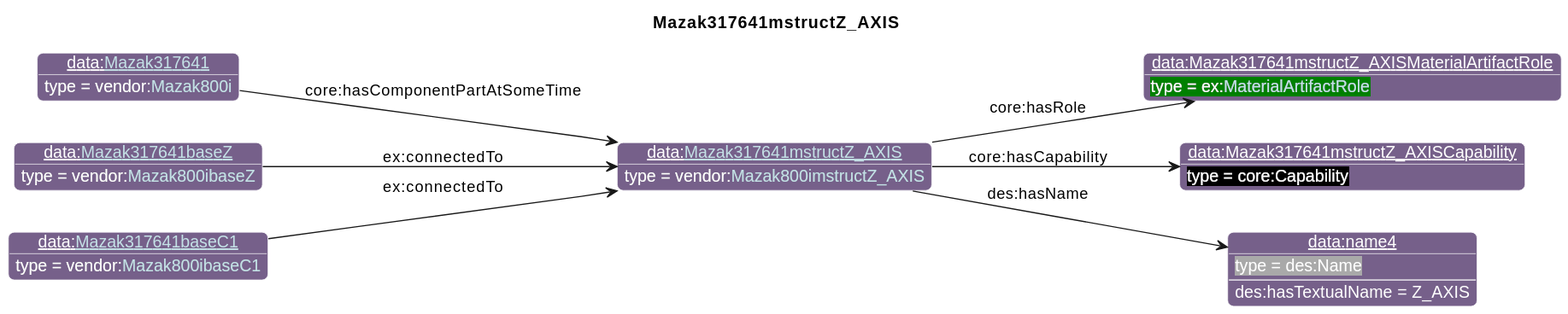
Earlier version of the PlantUML export diagrams/Mazak317641mstructZ_AXIS.svg (iofoundry/example-syseng-mtconnect).
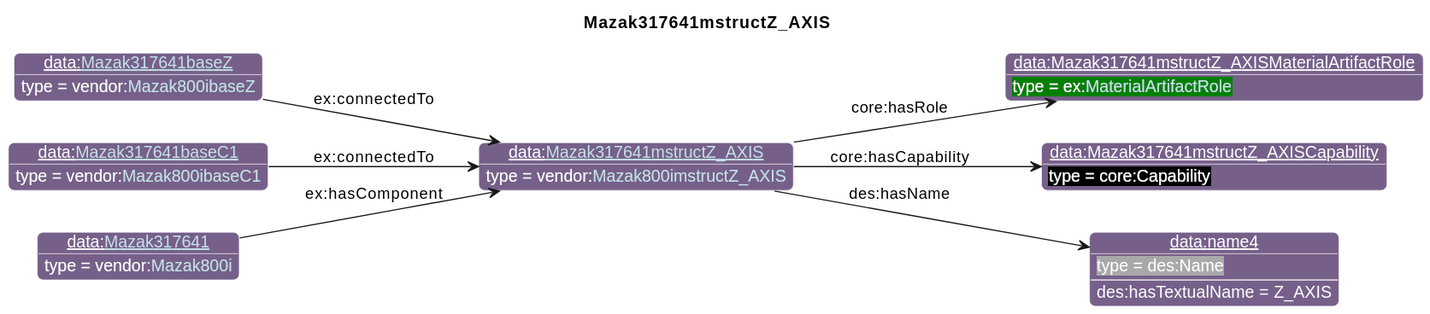
The same file after the commit.

Diff of the diagram source:
```diff
@@ -29,14 +29,14 @@
 individual(o1, data:Mazak317641mstructZ_AXISMaterialArtifactRole, ex:[[../Example.html#MaterialArtifactRole MaterialArtifactRole]])
 individual(o2, data:Mazak317641mstructZ_AXISCapability, core:Capability)
 individual(o3, data:name4, des:Name)
-individual(o4, data:[[./Mazak317641.html Mazak317641]], vendor:[[../Mazak.html#Mazak800i Mazak800i]])
-individual(o5, data:[[./Mazak317641baseZ.html Mazak317641baseZ]], vendor:[[../Mazak.html#Mazak800ibaseZ Mazak800ibaseZ]])
-individual(o6, data:[[./Mazak317641baseC1.html Mazak317641baseC1]], vendor:[[../Mazak.html#Mazak800ibaseC1 Mazak800ibaseC1]])
+individual(o4, data:[[./Mazak317641baseZ.html Mazak317641baseZ]], vendor:[[../Mazak.html#Mazak800ibaseZ Mazak800ibaseZ]])
+individual(o5, data:[[./Mazak317641baseC1.html Mazak317641baseC1]], vendor:[[../Mazak.html#Mazak800ibaseC1 Mazak800ibaseC1]])
+individual(o6, data:[[./Mazak317641.html Mazak317641]], vendor:[[../Mazak.html#Mazak800i Mazak800i]])
 property(o0, "core:hasRole", o1)
 property(o0, "core:hasCapability", o2)
 property(o0, "des:hasName", o3)
 data(o3, "des:hasTextualName", "Z_AXIS")
-property(o4, "core:hasComponentPartAtSomeTime", o0)
+property(o4, "ex:connectedTo", o0)
 property(o5, "ex:connectedTo", o0)
-property(o6, "ex:connectedTo", o0)
+property(o6, "ex:hasComponent", o0)
 @enduml
```
